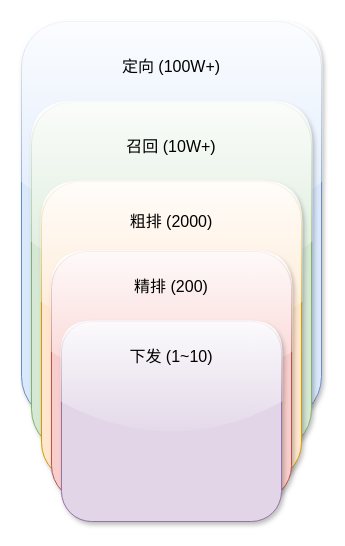
This is ad_funnel.drawio from ZiqingYip/moment, a draw.io file, before an edit. Source tidied: cells renumbered, new cells numbered last; positions are measured from the earlier drawing's top-left corner, leaving out a move shared by most shapes. Both pictures are drawn from the tidied source at 100%, with x=0, y=0 at pixel (21, 21).
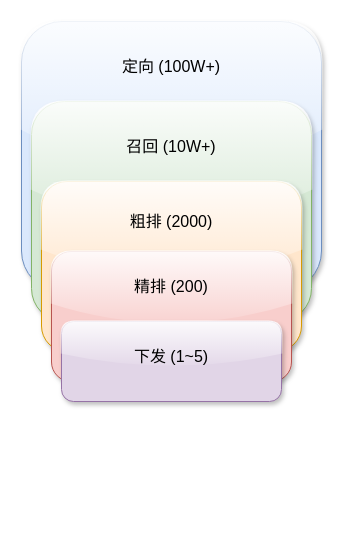
After the change.

The edit, as a diff of the source:
```diff
@@
 <mxGraphModel>
   <root>
     <mxCell id="0" />
     <mxCell id="1" parent="0" />
     <mxCell id="2" style="rounded=1;whiteSpace=wrap;html=1;fillColor=#dae8fc;strokeColor=#6c8ebf;glass=1;shadow=1;sketch=0;" parent="1" vertex="1">
-      <mxGeometry width="300" height="400" as="geometry" />
+      <mxGeometry width="300" height="270" as="geometry" />
     </mxCell>
     <mxCell id="3" style="rounded=1;whiteSpace=wrap;html=1;fillColor=#d5e8d4;strokeColor=#82b366;glass=1;shadow=1;sketch=0;" parent="1" vertex="1">
-      <mxGeometry x="10" y="80" width="280" height="350" as="geometry" />
+      <mxGeometry x="10" y="80" width="280" height="220" as="geometry" />
     </mxCell>
     <mxCell id="4" style="rounded=1;whiteSpace=wrap;html=1;fillColor=#ffe6cc;strokeColor=#d79b00;glass=1;shadow=1;sketch=0;" parent="1" vertex="1">
-      <mxGeometry x="20" y="160" width="260" height="300" as="geometry" />
+      <mxGeometry x="20" y="160" width="260" height="170" as="geometry" />
     </mxCell>
     <mxCell id="5" style="rounded=1;whiteSpace=wrap;html=1;fillColor=#f8cecc;strokeColor=#b85450;glass=1;shadow=1;sketch=0;" parent="1" vertex="1">
-      <mxGeometry x="30" y="230" width="240" height="250" as="geometry" />
+      <mxGeometry x="30" y="230" width="240" height="130" as="geometry" />
     </mxCell>
     <mxCell id="6" style="rounded=1;whiteSpace=wrap;html=1;fillColor=#e1d5e7;strokeColor=#9673a6;glass=1;shadow=1;sketch=0;" parent="1" vertex="1">
-      <mxGeometry x="40" y="300" width="220" height="200" as="geometry" />
+      <mxGeometry x="40" y="300" width="220" height="80" as="geometry" />
     </mxCell>
     <mxCell id="7" value="&lt;font style=&quot;font-size: 16px;&quot;&gt;定向 (100W+)&lt;/font&gt;" style="text;html=1;strokeColor=none;fillColor=none;align=center;verticalAlign=middle;whiteSpace=wrap;rounded=0;shadow=1;glass=1;sketch=0;" parent="1" vertex="1">
       <mxGeometry x="90" y="30" width="120" height="30" as="geometry" />
     </mxCell>
     <mxCell id="8" value="&lt;font style=&quot;font-size: 16px;&quot;&gt;召回 (10W+)&lt;/font&gt;" style="text;html=1;strokeColor=none;fillColor=none;align=center;verticalAlign=middle;whiteSpace=wrap;rounded=0;shadow=1;glass=1;sketch=0;" parent="1" vertex="1">
       <mxGeometry x="90" y="110" width="120" height="30" as="geometry" />
     </mxCell>
     <mxCell id="9" value="&lt;font style=&quot;font-size: 16px;&quot;&gt;粗排 (2000)&lt;/font&gt;" style="text;html=1;strokeColor=none;fillColor=none;align=center;verticalAlign=middle;whiteSpace=wrap;rounded=0;shadow=1;glass=1;sketch=0;" parent="1" vertex="1">
       <mxGeometry x="90" y="185" width="120" height="30" as="geometry" />
     </mxCell>
     <mxCell id="10" value="&lt;font style=&quot;font-size: 16px;&quot;&gt;精排 (200)&lt;/font&gt;" style="text;html=1;strokeColor=none;fillColor=none;align=center;verticalAlign=middle;whiteSpace=wrap;rounded=0;shadow=1;glass=1;sketch=0;" parent="1" vertex="1">
       <mxGeometry x="90" y="250" width="120" height="30" as="geometry" />
     </mxCell>
-    <mxCell id="11" value="&lt;font style=&quot;font-size: 16px;&quot;&gt;下发 (1~10)&lt;/font&gt;" style="text;html=1;strokeColor=none;fillColor=none;align=center;verticalAlign=middle;whiteSpace=wrap;rounded=0;shadow=1;glass=1;sketch=0;" parent="1" vertex="1">
+    <mxCell id="11" value="&lt;font style=&quot;font-size: 16px;&quot;&gt;下发 (1~5)&lt;/font&gt;" style="text;html=1;strokeColor=none;fillColor=none;align=center;verticalAlign=middle;whiteSpace=wrap;rounded=0;shadow=1;glass=1;sketch=0;" parent="1" vertex="1">
       <mxGeometry x="90" y="320" width="120" height="30" as="geometry" />
     </mxCell>
   </root>
 </mxGraphModel>
```
